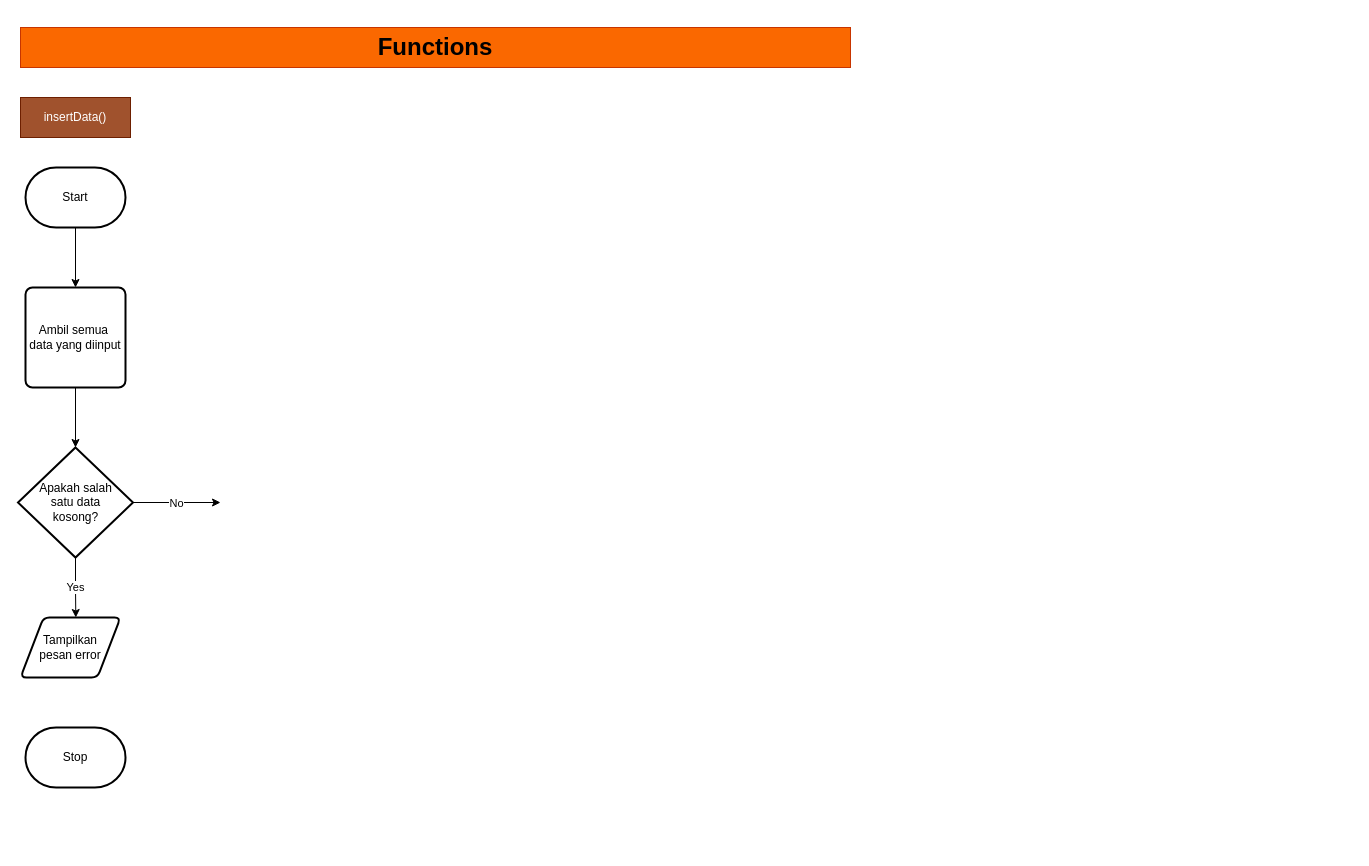
This is page "functions" (2 of 2) of Algorithm Booking-System.drawio from Farhan-Nawwafal/flowcharts-algorithm, a draw.io file, before an edit. Source tidied: cells renumbered, new cells numbered last; positions are measured from the earlier drawing's top-left corner, leaving out a move shared by most shapes. Both pictures are drawn from the tidied source at 100%, with x=0, y=0 at pixel (18, 27).
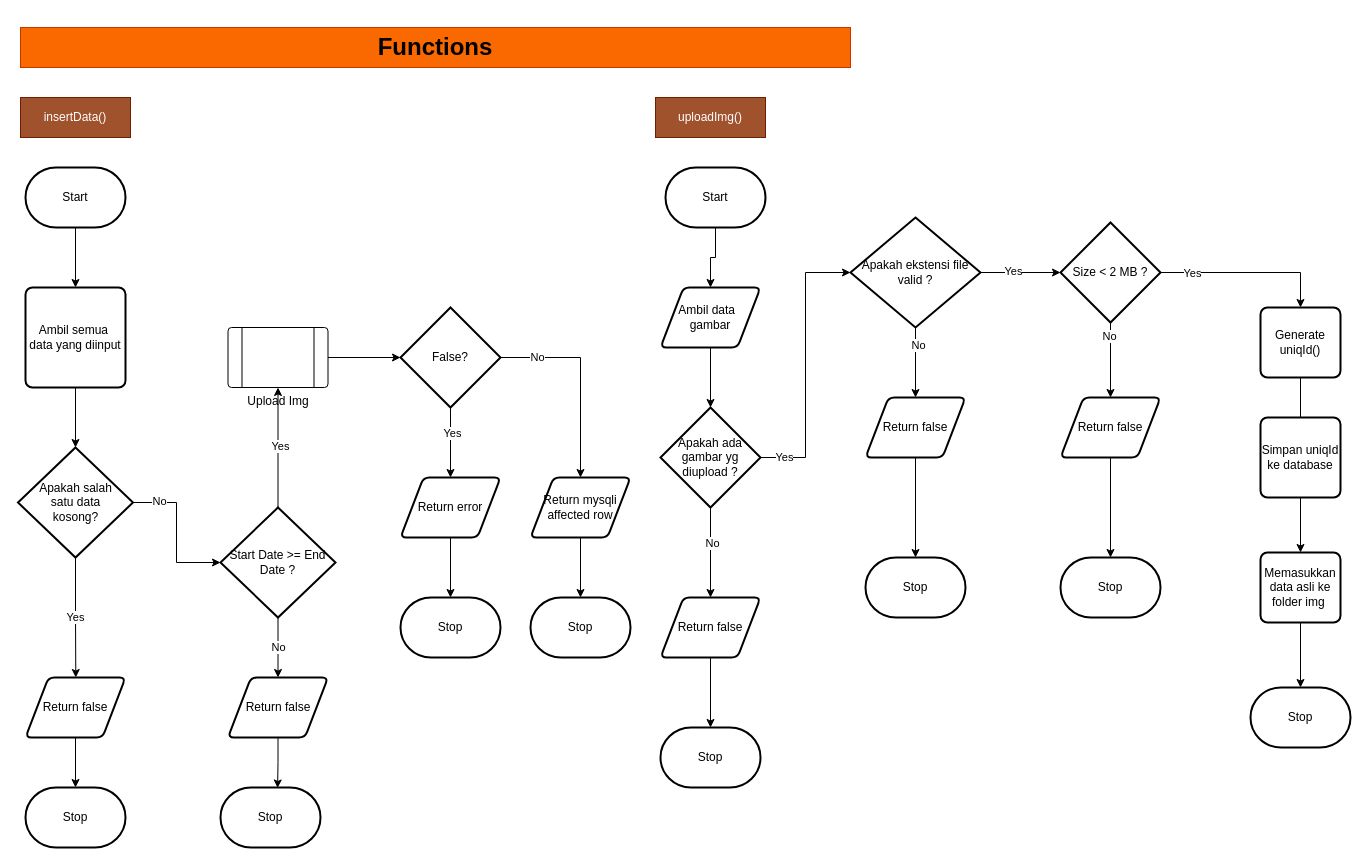
The same page after the edit.

Unchanged cells that the change refers to:
```xml
<mxCell id="10" value="Apakah salah&lt;div&gt;satu data&lt;/div&gt;&lt;div&gt;kosong?&lt;/div&gt;" style="strokeWidth=2;html=1;shape=mxgraph.flowchart.decision;whiteSpace=wrap;" parent="1" vertex="1">
  <mxGeometry x="-0.5" y="420" width="115" height="110" as="geometry" />
</mxCell>
```

What changed in the source:
```diff
@@
-    <mxCell id="8" value="No" style="edgeStyle=orthogonalEdgeStyle;rounded=0;jettySize=auto;html=1;exitX=1;exitY=0.5;exitDx=0;exitDy=0;exitPerimeter=0;" parent="1" edge="1" source="10">
-      <mxGeometry relative="1" as="geometry">
-        <mxPoint x="202" y="475" as="targetPoint" />
-      </mxGeometry>
-    </mxCell>
     <mxCell id="9" value="Yes" style="edgeStyle=orthogonalEdgeStyle;rounded=0;jettySize=auto;html=1;exitX=0.5;exitY=1;exitDx=0;exitDy=0;exitPerimeter=0;" parent="1" edge="1" source="10">
       <mxGeometry relative="1" as="geometry">
-        <mxPoint x="57.3" y="590" as="targetPoint" />
+        <mxPoint x="57.3" y="650" as="targetPoint" />
       </mxGeometry>
     </mxCell>
@@
+    <mxCell id="13" style="edgeStyle=orthogonalEdgeStyle;rounded=0;jettySize=auto;html=1;exitX=0.5;exitY=1;exitDx=0;exitDy=0;" parent="1" edge="1" source="11" target="12">
+      <mxGeometry relative="1" as="geometry" />
+    </mxCell>
-    <mxCell id="11" value="Tampilkan&lt;div&gt;pesan error&lt;/div&gt;" style="shape=parallelogram;html=1;strokeWidth=2;perimeter=parallelogramPerimeter;whiteSpace=wrap;rounded=1;arcSize=12;size=0.23;" parent="1" vertex="1">
-      <mxGeometry x="2" y="590" width="100" height="60" as="geometry" />
+    <mxCell id="11" value="Return false" style="shape=parallelogram;html=1;strokeWidth=2;perimeter=parallelogramPerimeter;whiteSpace=wrap;rounded=1;arcSize=12;size=0.23;" parent="1" vertex="1">
+      <mxGeometry x="7" y="650" width="100" height="60" as="geometry" />
     </mxCell>
     <mxCell id="12" value="Stop" style="strokeWidth=2;html=1;shape=mxgraph.flowchart.terminator;whiteSpace=wrap;" parent="1" vertex="1">
-      <mxGeometry x="7" y="700" width="100" height="60" as="geometry" />
+      <mxGeometry x="7" y="760" width="100" height="60" as="geometry" />
     </mxCell>
+    <mxCell id="14" value="No" style="edgeStyle=orthogonalEdgeStyle;rounded=0;jettySize=auto;html=1;entryX=0.5;entryY=0;entryDx=0;entryDy=0;" parent="1" edge="1" source="17" target="18">
+      <mxGeometry relative="1" as="geometry" />
+    </mxCell>
+    <mxCell id="15" style="edgeStyle=orthogonalEdgeStyle;rounded=0;jettySize=auto;html=1;exitX=0.5;exitY=0;exitDx=0;exitDy=0;exitPerimeter=0;entryX=0.5;entryY=1;entryDx=0;entryDy=0;" parent="1" edge="1" source="17" target="21">
+      <mxGeometry relative="1" as="geometry" />
+    </mxCell>
+    <mxCell id="16" value="Yes" style="edgeLabel;html=1;align=center;verticalAlign=middle;" parent="15" vertex="1">
+      <mxGeometry x="0.03" y="-2" relative="1" as="geometry" />
+    </mxCell>
+    <mxCell id="17" value="Start Date &amp;gt;= End Date ?" style="strokeWidth=2;html=1;shape=mxgraph.flowchart.decision;whiteSpace=wrap;" parent="1" vertex="1">
+      <mxGeometry x="202" y="480" width="115" height="110" as="geometry" />
+    </mxCell>
+    <mxCell id="18" value="Return false" style="shape=parallelogram;html=1;strokeWidth=2;perimeter=parallelogramPerimeter;whiteSpace=wrap;rounded=1;arcSize=12;size=0.23;" parent="1" vertex="1">
+      <mxGeometry x="209.5" y="650" width="100" height="60" as="geometry" />
+    </mxCell>
+    <mxCell id="19" value="Stop" style="strokeWidth=2;html=1;shape=mxgraph.flowchart.terminator;whiteSpace=wrap;" parent="1" vertex="1">
+      <mxGeometry x="202" y="760" width="100" height="60" as="geometry" />
+    </mxCell>
+    <mxCell id="20" style="edgeStyle=orthogonalEdgeStyle;rounded=0;jettySize=auto;html=1;exitX=0.5;exitY=1;exitDx=0;exitDy=0;entryX=0.571;entryY=0.008;entryDx=0;entryDy=0;entryPerimeter=0;" parent="1" edge="1" source="18" target="19">
+      <mxGeometry relative="1" as="geometry" />
+    </mxCell>
+    <mxCell id="21" value="Upload Img" style="verticalLabelPosition=bottom;verticalAlign=top;html=1;shape=process;whiteSpace=wrap;rounded=1;size=0.14;arcSize=6;" parent="1" vertex="1">
+      <mxGeometry x="209.5" y="300" width="100" height="60" as="geometry" />
+    </mxCell>
+    <mxCell id="22" value="uploadImg()" style="rounded=0;whiteSpace=wrap;html=1;fillColor=#a0522d;strokeColor=#6D1F00;fontColor=#ffffff;" parent="1" vertex="1">
+      <mxGeometry x="637" y="70" width="110" height="40" as="geometry" />
+    </mxCell>
+    <mxCell id="23" style="edgeStyle=orthogonalEdgeStyle;rounded=0;jettySize=auto;html=1;entryX=0.5;entryY=0;entryDx=0;entryDy=0;" parent="1" edge="1" source="24" target="26">
+      <mxGeometry relative="1" as="geometry" />
+    </mxCell>
+    <mxCell id="24" value="Start" style="strokeWidth=2;html=1;shape=mxgraph.flowchart.terminator;whiteSpace=wrap;" parent="1" vertex="1">
+      <mxGeometry x="647" y="140" width="100" height="60" as="geometry" />
+    </mxCell>
+    <mxCell id="25" style="edgeStyle=orthogonalEdgeStyle;rounded=0;jettySize=auto;html=1;" parent="1" edge="1" source="26" target="29">
+      <mxGeometry relative="1" as="geometry" />
+    </mxCell>
+    <mxCell id="26" value="Ambil data&amp;nbsp;&amp;nbsp;&lt;div&gt;gambar&lt;/div&gt;" style="shape=parallelogram;html=1;strokeWidth=2;perimeter=parallelogramPerimeter;whiteSpace=wrap;rounded=1;arcSize=12;size=0.23;" parent="1" vertex="1">
+      <mxGeometry x="642" y="260" width="100" height="60" as="geometry" />
+    </mxCell>
+    <mxCell id="27" style="edgeStyle=orthogonalEdgeStyle;rounded=0;jettySize=auto;html=1;" parent="1" edge="1" source="29" target="31">
+      <mxGeometry relative="1" as="geometry" />
+    </mxCell>
+    <mxCell id="28" value="No" style="edgeLabel;html=1;align=center;verticalAlign=middle;" parent="27" vertex="1">
+      <mxGeometry x="-0.22" y="1" relative="1" as="geometry" />
+    </mxCell>
+    <mxCell id="29" value="Apakah ada gambar yg diupload ?" style="strokeWidth=2;html=1;shape=mxgraph.flowchart.decision;whiteSpace=wrap;" parent="1" vertex="1">
+      <mxGeometry x="642" y="380" width="100" height="100" as="geometry" />
+    </mxCell>
+    <mxCell id="30" style="edgeStyle=orthogonalEdgeStyle;rounded=0;jettySize=auto;html=1;" parent="1" edge="1" source="31" target="32">
+      <mxGeometry relative="1" as="geometry" />
+    </mxCell>
+    <mxCell id="31" value="Return false" style="shape=parallelogram;html=1;strokeWidth=2;perimeter=parallelogramPerimeter;whiteSpace=wrap;rounded=1;arcSize=12;size=0.23;" parent="1" vertex="1">
+      <mxGeometry x="642" y="570" width="100" height="60" as="geometry" />
+    </mxCell>
+    <mxCell id="32" value="Stop" style="strokeWidth=2;html=1;shape=mxgraph.flowchart.terminator;whiteSpace=wrap;" parent="1" vertex="1">
+      <mxGeometry x="642" y="700" width="100" height="60" as="geometry" />
+    </mxCell>
+    <mxCell id="33" style="edgeStyle=orthogonalEdgeStyle;rounded=0;jettySize=auto;html=1;entryX=0.5;entryY=0;entryDx=0;entryDy=0;" parent="1" edge="1" source="35" target="39">
+      <mxGeometry relative="1" as="geometry" />
+    </mxCell>
+    <mxCell id="34" value="No" style="edgeLabel;html=1;align=center;verticalAlign=middle;" parent="33" vertex="1">
+      <mxGeometry x="-0.52" y="2" relative="1" as="geometry" />
+    </mxCell>
+    <mxCell id="35" value="Apakah ekstensi file valid ?" style="strokeWidth=2;html=1;shape=mxgraph.flowchart.decision;whiteSpace=wrap;" parent="1" vertex="1">
+      <mxGeometry x="832" y="190" width="130" height="110" as="geometry" />
+    </mxCell>
+    <mxCell id="36" style="edgeStyle=orthogonalEdgeStyle;rounded=0;jettySize=auto;html=1;entryX=0;entryY=0.5;entryDx=0;entryDy=0;entryPerimeter=0;" parent="1" edge="1" source="29" target="35">
+      <mxGeometry relative="1" as="geometry" />
+    </mxCell>
+    <mxCell id="37" value="Yes" style="edgeLabel;html=1;align=center;verticalAlign=middle;" parent="36" vertex="1">
+      <mxGeometry x="-0.83" y="1" relative="1" as="geometry" />
+    </mxCell>
+    <mxCell id="38" style="edgeStyle=orthogonalEdgeStyle;rounded=0;jettySize=auto;html=1;" parent="1" edge="1" source="39" target="40">
+      <mxGeometry relative="1" as="geometry" />
+    </mxCell>
+    <mxCell id="39" value="Return false" style="shape=parallelogram;html=1;strokeWidth=2;perimeter=parallelogramPerimeter;whiteSpace=wrap;rounded=1;arcSize=12;size=0.23;" parent="1" vertex="1">
+      <mxGeometry x="847" y="370" width="100" height="60" as="geometry" />
+    </mxCell>
+    <mxCell id="40" value="Stop" style="strokeWidth=2;html=1;shape=mxgraph.flowchart.terminator;whiteSpace=wrap;" parent="1" vertex="1">
+      <mxGeometry x="847" y="530" width="100" height="60" as="geometry" />
+    </mxCell>
+    <mxCell id="41" style="edgeStyle=orthogonalEdgeStyle;rounded=0;jettySize=auto;html=1;exitX=0.5;exitY=1;exitDx=0;exitDy=0;exitPerimeter=0;entryX=0.5;entryY=0;entryDx=0;entryDy=0;" parent="1" edge="1" source="45" target="49">
+      <mxGeometry relative="1" as="geometry" />
+    </mxCell>
+    <mxCell id="42" value="No" style="edgeLabel;html=1;align=center;verticalAlign=middle;" parent="41" vertex="1">
+      <mxGeometry x="-0.65" y="-2" relative="1" as="geometry" />
+    </mxCell>
+    <mxCell id="43" style="edgeStyle=orthogonalEdgeStyle;rounded=0;jettySize=auto;html=1;entryX=0.5;entryY=0;entryDx=0;entryDy=0;" parent="1" edge="1" source="45" target="52">
+      <mxGeometry relative="1" as="geometry" />
+    </mxCell>
+    <mxCell id="44" value="Yes" style="edgeLabel;html=1;align=center;verticalAlign=middle;" parent="43" vertex="1">
+      <mxGeometry x="-0.65" relative="1" as="geometry" />
+    </mxCell>
+    <mxCell id="45" value="Size &amp;lt; 2 MB ?" style="strokeWidth=2;html=1;shape=mxgraph.flowchart.decision;whiteSpace=wrap;" parent="1" vertex="1">
+      <mxGeometry x="1042" y="195" width="100" height="100" as="geometry" />
+    </mxCell>
+    <mxCell id="46" style="edgeStyle=orthogonalEdgeStyle;rounded=0;jettySize=auto;html=1;exitX=1;exitY=0.5;exitDx=0;exitDy=0;exitPerimeter=0;entryX=0;entryY=0.5;entryDx=0;entryDy=0;entryPerimeter=0;" parent="1" edge="1" source="35" target="45">
+      <mxGeometry relative="1" as="geometry" />
+    </mxCell>
+    <mxCell id="47" value="Yes" style="edgeLabel;html=1;align=center;verticalAlign=middle;" parent="46" vertex="1">
+      <mxGeometry x="-0.2" y="2" relative="1" as="geometry" />
+    </mxCell>
+    <mxCell id="48" style="edgeStyle=orthogonalEdgeStyle;rounded=0;jettySize=auto;html=1;" parent="1" edge="1" source="49" target="50">
+      <mxGeometry relative="1" as="geometry" />
+    </mxCell>
+    <mxCell id="49" value="Return false" style="shape=parallelogram;html=1;strokeWidth=2;perimeter=parallelogramPerimeter;whiteSpace=wrap;rounded=1;arcSize=12;size=0.23;" parent="1" vertex="1">
+      <mxGeometry x="1042" y="370" width="100" height="60" as="geometry" />
+    </mxCell>
+    <mxCell id="50" value="Stop" style="strokeWidth=2;html=1;shape=mxgraph.flowchart.terminator;whiteSpace=wrap;" parent="1" vertex="1">
+      <mxGeometry x="1042" y="530" width="100" height="60" as="geometry" />
+    </mxCell>
+    <mxCell id="51" style="edgeStyle=orthogonalEdgeStyle;rounded=0;jettySize=auto;html=1;" parent="1" edge="1" source="52">
+      <mxGeometry relative="1" as="geometry">
+        <mxPoint x="1282" y="470" as="targetPoint" />
+      </mxGeometry>
+    </mxCell>
+    <mxCell id="52" value="Generate uniqId()" style="rounded=1;whiteSpace=wrap;html=1;absoluteArcSize=1;arcSize=14;strokeWidth=2;" parent="1" vertex="1">
+      <mxGeometry x="1242" y="280" width="80" height="70" as="geometry" />
+    </mxCell>
+    <mxCell id="53" style="edgeStyle=orthogonalEdgeStyle;rounded=0;jettySize=auto;html=1;entryX=0.5;entryY=0;entryDx=0;entryDy=0;" parent="1" edge="1" source="54" target="71">
+      <mxGeometry relative="1" as="geometry" />
+    </mxCell>
+    <mxCell id="54" value="Simpan uniqId&lt;div&gt;ke database&lt;/div&gt;" style="rounded=1;whiteSpace=wrap;html=1;absoluteArcSize=1;arcSize=14;strokeWidth=2;" parent="1" vertex="1">
+      <mxGeometry x="1242" y="390" width="80" height="80" as="geometry" />
+    </mxCell>
+    <mxCell id="55" value="Stop" style="strokeWidth=2;html=1;shape=mxgraph.flowchart.terminator;whiteSpace=wrap;" parent="1" vertex="1">
+      <mxGeometry x="1232" y="660" width="100" height="60" as="geometry" />
+    </mxCell>
+    <mxCell id="56" style="edgeStyle=orthogonalEdgeStyle;rounded=0;jettySize=auto;html=1;" parent="1" edge="1" source="60" target="63">
+      <mxGeometry relative="1" as="geometry" />
+    </mxCell>
+    <mxCell id="57" value="Yes" style="edgeLabel;html=1;align=center;verticalAlign=middle;" parent="56" vertex="1">
+      <mxGeometry x="-0.29" y="1" relative="1" as="geometry" />
+    </mxCell>
+    <mxCell id="58" style="edgeStyle=orthogonalEdgeStyle;rounded=0;jettySize=auto;html=1;" parent="1" edge="1" source="60" target="66">
+      <mxGeometry relative="1" as="geometry" />
+    </mxCell>
+    <mxCell id="59" value="No" style="edgeLabel;html=1;align=center;verticalAlign=middle;" parent="58" vertex="1">
+      <mxGeometry x="-0.64" y="1" relative="1" as="geometry" />
+    </mxCell>
+    <mxCell id="60" value="False?" style="strokeWidth=2;html=1;shape=mxgraph.flowchart.decision;whiteSpace=wrap;" parent="1" vertex="1">
+      <mxGeometry x="382" y="280" width="100" height="100" as="geometry" />
+    </mxCell>
+    <mxCell id="61" style="edgeStyle=orthogonalEdgeStyle;rounded=0;jettySize=auto;html=1;entryX=0;entryY=0.5;entryDx=0;entryDy=0;entryPerimeter=0;" parent="1" edge="1" source="21" target="60">
+      <mxGeometry relative="1" as="geometry" />
+    </mxCell>
+    <mxCell id="62" style="edgeStyle=orthogonalEdgeStyle;rounded=0;jettySize=auto;html=1;" parent="1" edge="1" source="63" target="64">
+      <mxGeometry relative="1" as="geometry" />
+    </mxCell>
+    <mxCell id="63" value="Return error" style="shape=parallelogram;html=1;strokeWidth=2;perimeter=parallelogramPerimeter;whiteSpace=wrap;rounded=1;arcSize=12;size=0.23;" parent="1" vertex="1">
+      <mxGeometry x="382" y="450" width="100" height="60" as="geometry" />
+    </mxCell>
+    <mxCell id="64" value="Stop" style="strokeWidth=2;html=1;shape=mxgraph.flowchart.terminator;whiteSpace=wrap;" parent="1" vertex="1">
+      <mxGeometry x="382" y="570" width="100" height="60" as="geometry" />
+    </mxCell>
+    <mxCell id="65" style="edgeStyle=orthogonalEdgeStyle;rounded=0;jettySize=auto;html=1;" parent="1" edge="1" source="66" target="67">
+      <mxGeometry relative="1" as="geometry" />
+    </mxCell>
+    <mxCell id="66" value="Return mysqli&lt;div&gt;affected row&lt;/div&gt;" style="shape=parallelogram;html=1;strokeWidth=2;perimeter=parallelogramPerimeter;whiteSpace=wrap;rounded=1;arcSize=12;size=0.23;" parent="1" vertex="1">
+      <mxGeometry x="512" y="450" width="100" height="60" as="geometry" />
+    </mxCell>
+    <mxCell id="67" value="Stop" style="strokeWidth=2;html=1;shape=mxgraph.flowchart.terminator;whiteSpace=wrap;" parent="1" vertex="1">
+      <mxGeometry x="512" y="570" width="100" height="60" as="geometry" />
+    </mxCell>
+    <mxCell id="68" style="edgeStyle=orthogonalEdgeStyle;rounded=0;jettySize=auto;html=1;entryX=0;entryY=0.5;entryDx=0;entryDy=0;entryPerimeter=0;" parent="1" edge="1" source="10" target="17">
+      <mxGeometry relative="1" as="geometry">
+        <Array as="points">
+          <mxPoint x="158" y="475" />
+          <mxPoint x="158" y="535" />
+        </Array>
+      </mxGeometry>
+    </mxCell>
+    <mxCell id="69" value="No" style="edgeLabel;html=1;align=center;verticalAlign=middle;" parent="68" vertex="1">
+      <mxGeometry x="-0.65" y="2" relative="1" as="geometry" />
+    </mxCell>
+    <mxCell id="70" style="edgeStyle=orthogonalEdgeStyle;rounded=0;jettySize=auto;html=1;" parent="1" edge="1" source="71" target="55">
+      <mxGeometry relative="1" as="geometry" />
+    </mxCell>
+    <mxCell id="71" value="Memasukkan&lt;div&gt;data asli ke&lt;/div&gt;&lt;div&gt;folder img&amp;nbsp;&lt;/div&gt;" style="rounded=1;whiteSpace=wrap;html=1;absoluteArcSize=1;arcSize=14;strokeWidth=2;" parent="1" vertex="1">
+      <mxGeometry x="1242" y="525" width="80" height="70" as="geometry" />
+    </mxCell>
```
